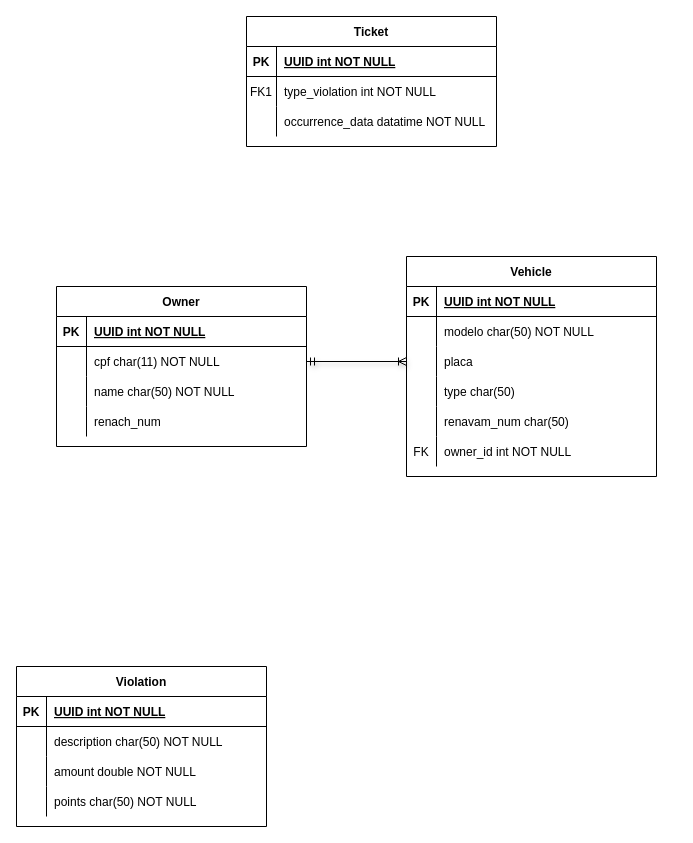
The draw.io diagram Diagrama sem nome.drawio in beatriz-paiva/regular-api, before the edit. Source tidied: cells renumbered, new cells numbered last; positions are measured from the earlier drawing's top-left corner, leaving out a move shared by most shapes. Both pictures are drawn from the tidied source at 100%, with x=0, y=0 at pixel (16, 16).
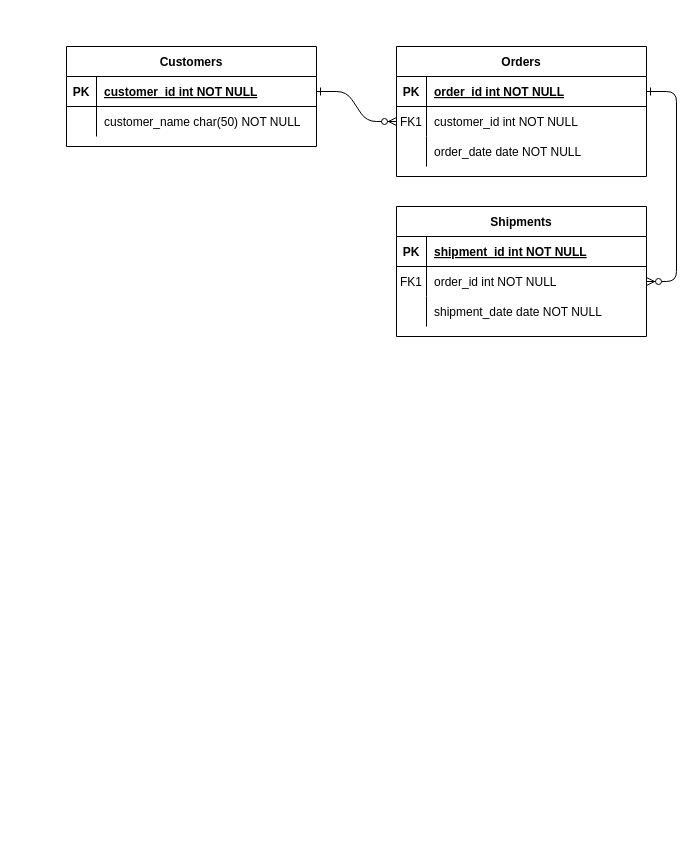
After the change.

The change refers to these unchanged cells:
```xml
<mxCell id="3" style="shape=partialRectangle;fillColor=none;top=0;left=0;right=0;bottom=1;" parent="2" vertex="1">
  <mxGeometry y="30" width="250" height="30" as="geometry" />
</mxCell>
<mxCell id="6" style="shape=partialRectangle;fillColor=none;points=[[0,0.5],[1,0.5]];portConstraint=eastwest;top=0;left=0;right=0;bottom=0;" parent="2" vertex="1">
  <mxGeometry y="60" width="250" height="30" as="geometry" />
</mxCell>
<mxCell id="9" style="shape=partialRectangle;fillColor=none;points=[[0,0.5],[1,0.5]];portConstraint=eastwest;top=0;left=0;right=0;bottom=0;" parent="2" vertex="1">
  <mxGeometry y="90" width="250" height="30" as="geometry" />
</mxCell>
<mxCell id="22" style="shape=partialRectangle;fillColor=none;points=[[0,0.5],[1,0.5]];portConstraint=eastwest;top=0;left=0;right=0;bottom=1;" parent="21" vertex="1">
  <mxGeometry y="30" width="250" height="30" as="geometry" />
</mxCell>
<mxCell id="25" style="shape=partialRectangle;fillColor=none;top=0;left=0;right=0;bottom=0;" parent="21" vertex="1">
  <mxGeometry y="60" width="250" height="30" as="geometry" />
</mxCell>
```

What changed in the source:
```diff
@@
+    <mxCell id="58" style="edgeStyle=entityRelationEdgeStyle;endArrow=ERzeroToMany;startArrow=ERone;endFill=1;startFill=0;" parent="1" edge="1" source="22" target="64">
+      <mxGeometry relative="1" as="geometry" />
+    </mxCell>
+    <mxCell id="59" style="edgeStyle=entityRelationEdgeStyle;endArrow=ERzeroToMany;startArrow=ERone;endFill=1;startFill=0;" parent="1" edge="1" source="61" target="6">
+      <mxGeometry relative="1" as="geometry" />
+    </mxCell>
+    <mxCell id="60" value="Orders" style="shape=table;startSize=30;childLayout=tableLayout;rowLines=0;fontStyle=1;align=center;" parent="1" vertex="1">
+      <mxGeometry x="380" y="30" width="250" height="130" as="geometry" />
+    </mxCell>
+    <mxCell id="61" style="shape=partialRectangle;fillColor=none;points=[[0,0.5],[1,0.5]];portConstraint=eastwest;top=0;left=0;right=0;bottom=1;" parent="60" vertex="1">
+      <mxGeometry y="30" width="250" height="30" as="geometry" />
+    </mxCell>
+    <mxCell id="62" value="PK" style="shape=partialRectangle;overflow=hidden;fillColor=none;top=0;left=0;bottom=0;right=0;fontStyle=1;" parent="61" vertex="1">
+      <mxGeometry width="30" height="30" as="geometry" />
+    </mxCell>
+    <mxCell id="63" value="order_id int NOT NULL " style="shape=partialRectangle;overflow=hidden;fillColor=none;top=0;left=0;bottom=0;right=0;align=left;spacingLeft=6;fontStyle=5;" parent="61" vertex="1">
+      <mxGeometry x="30" width="220" height="30" as="geometry" />
+    </mxCell>
+    <mxCell id="64" style="shape=partialRectangle;fillColor=none;points=[[0,0.5],[1,0.5]];portConstraint=eastwest;top=0;left=0;right=0;bottom=0;" parent="60" vertex="1">
+      <mxGeometry y="60" width="250" height="30" as="geometry" />
+    </mxCell>
+    <mxCell id="65" value="FK1" style="shape=partialRectangle;overflow=hidden;fillColor=none;top=0;left=0;bottom=0;right=0;" parent="64" vertex="1">
+      <mxGeometry width="30" height="30" as="geometry" />
+    </mxCell>
+    <mxCell id="66" value="customer_id int NOT NULL" style="shape=partialRectangle;overflow=hidden;fillColor=none;top=0;left=0;bottom=0;right=0;align=left;spacingLeft=6;" parent="64" vertex="1">
+      <mxGeometry x="30" width="220" height="30" as="geometry" />
+    </mxCell>
+    <mxCell id="67" style="shape=partialRectangle;fillColor=none;top=0;left=0;right=0;bottom=0;" parent="60" vertex="1">
+      <mxGeometry y="90" width="250" height="30" as="geometry" />
+    </mxCell>
+    <mxCell id="68" style="shape=partialRectangle;overflow=hidden;fillColor=none;top=0;left=0;bottom=0;right=0;" parent="67" vertex="1">
+      <mxGeometry width="30" height="30" as="geometry" />
+    </mxCell>
+    <mxCell id="69" value="order_date date NOT NULL" style="shape=partialRectangle;overflow=hidden;fillColor=none;top=0;left=0;bottom=0;right=0;align=left;spacingLeft=6;" parent="67" vertex="1">
+      <mxGeometry x="30" width="220" height="30" as="geometry" />
+    </mxCell>
-    <mxCell id="2" value="Vehicle" style="shape=table;startSize=30;childLayout=tableLayout;rowLines=0;fontStyle=1;align=center;" parent="1" vertex="1">
-      <mxGeometry x="390" y="240" width="250" height="220" as="geometry" />
+    <mxCell id="2" value="Shipments" style="shape=table;startSize=30;childLayout=tableLayout;rowLines=0;fontStyle=1;align=center;" parent="1" vertex="1">
+      <mxGeometry x="380" y="190" width="250" height="130" as="geometry" />
     </mxCell>
@@
-    <mxCell id="5" value="UUID int NOT NULL " style="shape=partialRectangle;overflow=hidden;fillColor=none;top=0;left=0;bottom=0;right=0;align=left;spacingLeft=6;fontStyle=5;" parent="3" vertex="1">
+    <mxCell id="5" value="shipment_id int NOT NULL " style="shape=partialRectangle;overflow=hidden;fillColor=none;top=0;left=0;bottom=0;right=0;align=left;spacingLeft=6;fontStyle=5;" parent="3" vertex="1">
       <mxGeometry x="30" width="220" height="30" as="geometry" />
     </mxCell>
@@
-    <mxCell id="7" style="shape=partialRectangle;overflow=hidden;fillColor=none;top=0;left=0;bottom=0;right=0;" parent="6" vertex="1">
+    <mxCell id="7" value="FK1" style="shape=partialRectangle;overflow=hidden;fillColor=none;top=0;left=0;bottom=0;right=0;" parent="6" vertex="1">
       <mxGeometry width="30" height="30" as="geometry" />
     </mxCell>
-    <mxCell id="8" value="modelo char(50) NOT NULL" style="shape=partialRectangle;overflow=hidden;fillColor=none;top=0;left=0;bottom=0;right=0;align=left;spacingLeft=6;" parent="6" vertex="1">
+    <mxCell id="8" value="order_id int NOT NULL" style="shape=partialRectangle;overflow=hidden;fillColor=none;top=0;left=0;bottom=0;right=0;align=left;spacingLeft=6;" parent="6" vertex="1">
       <mxGeometry x="30" width="220" height="30" as="geometry" />
     </mxCell>
@@
-    <mxCell id="11" value="placa" style="shape=partialRectangle;overflow=hidden;fillColor=none;top=0;left=0;bottom=0;right=0;align=left;spacingLeft=6;" parent="9" vertex="1">
+    <mxCell id="11" value="shipment_date date NOT NULL" style="shape=partialRectangle;overflow=hidden;fillColor=none;top=0;left=0;bottom=0;right=0;align=left;spacingLeft=6;" parent="9" vertex="1">
       <mxGeometry x="30" width="220" height="30" as="geometry" />
     </mxCell>
-    <mxCell id="12" style="shape=partialRectangle;fillColor=none;top=0;left=0;right=0;bottom=0;" parent="2" vertex="1">
-      <mxGeometry y="120" width="250" height="30" as="geometry" />
-    </mxCell>
-    <mxCell id="13" style="shape=partialRectangle;overflow=hidden;fillColor=none;top=0;left=0;bottom=0;right=0;" parent="12" vertex="1">
-      <mxGeometry width="30" height="30" as="geometry" />
-    </mxCell>
-    <mxCell id="14" value="type char(50)" style="shape=partialRectangle;overflow=hidden;fillColor=none;top=0;left=0;bottom=0;right=0;align=left;spacingLeft=6;" parent="12" vertex="1">
-      <mxGeometry x="30" width="220" height="30" as="geometry" />
-    </mxCell>
-    <mxCell id="15" style="shape=partialRectangle;fillColor=none;top=0;left=0;right=0;bottom=0;" parent="2" vertex="1">
-      <mxGeometry y="150" width="250" height="30" as="geometry" />
-    </mxCell>
-    <mxCell id="16" style="shape=partialRectangle;overflow=hidden;fillColor=none;top=0;left=0;bottom=0;right=0;" parent="15" vertex="1">
-      <mxGeometry width="30" height="30" as="geometry" />
-    </mxCell>
-    <mxCell id="17" value="renavam_num char(50)" style="shape=partialRectangle;overflow=hidden;fillColor=none;top=0;left=0;bottom=0;right=0;align=left;spacingLeft=6;" parent="15" vertex="1">
-      <mxGeometry x="30" width="220" height="30" as="geometry" />
-    </mxCell>
-    <mxCell id="18" style="shape=partialRectangle;fillColor=none;top=0;left=0;right=0;bottom=0;" parent="2" vertex="1">
-      <mxGeometry y="180" width="250" height="30" as="geometry" />
-    </mxCell>
-    <mxCell id="19" value="FK" style="shape=partialRectangle;overflow=hidden;fillColor=none;top=0;left=0;bottom=0;right=0;" parent="18" vertex="1">
-      <mxGeometry width="30" height="30" as="geometry" />
-    </mxCell>
-    <mxCell id="20" value="owner_id int NOT NULL" style="shape=partialRectangle;overflow=hidden;fillColor=none;top=0;left=0;bottom=0;right=0;align=left;spacingLeft=6;" parent="18" vertex="1">
-      <mxGeometry x="30" width="220" height="30" as="geometry" />
-    </mxCell>
-    <mxCell id="21" value="Ticket" style="shape=table;startSize=30;childLayout=tableLayout;rowLines=0;fontStyle=1;align=center;" parent="1" vertex="1">
-      <mxGeometry x="230" width="250" height="130" as="geometry" />
+    <mxCell id="21" value="Customers" style="shape=table;startSize=30;childLayout=tableLayout;rowLines=0;fontStyle=1;align=center;" parent="1" vertex="1">
+      <mxGeometry x="50" y="30" width="250" height="100" as="geometry" />
     </mxCell>
@@
-    <mxCell id="24" value="UUID int NOT NULL " style="shape=partialRectangle;overflow=hidden;fillColor=none;top=0;left=0;bottom=0;right=0;align=left;spacingLeft=6;fontStyle=5;" parent="22" vertex="1">
+    <mxCell id="24" value="customer_id int NOT NULL " style="shape=partialRectangle;overflow=hidden;fillColor=none;top=0;left=0;bottom=0;right=0;align=left;spacingLeft=6;fontStyle=5;" parent="22" vertex="1">
       <mxGeometry x="30" width="220" height="30" as="geometry" />
     </mxCell>
@@
-    <mxCell id="26" value="FK1" style="shape=partialRectangle;overflow=hidden;fillColor=none;top=0;left=0;bottom=0;right=0;" parent="25" vertex="1">
+    <mxCell id="26" style="shape=partialRectangle;overflow=hidden;fillColor=none;top=0;left=0;bottom=0;right=0;" parent="25" vertex="1">
       <mxGeometry width="30" height="30" as="geometry" />
     </mxCell>
-    <mxCell id="27" value="type_violation int NOT NULL" style="shape=partialRectangle;overflow=hidden;fillColor=none;top=0;left=0;bottom=0;right=0;align=left;spacingLeft=6;" parent="25" vertex="1">
+    <mxCell id="27" value="customer_name char(50) NOT NULL" style="shape=partialRectangle;overflow=hidden;fillColor=none;top=0;left=0;bottom=0;right=0;align=left;spacingLeft=6;" parent="25" vertex="1">
       <mxGeometry x="30" width="220" height="30" as="geometry" />
     </mxCell>
-    <mxCell id="28" style="shape=partialRectangle;fillColor=none;top=0;left=0;right=0;bottom=0;" parent="21" vertex="1">
-      <mxGeometry y="90" width="250" height="30" as="geometry" />
-    </mxCell>
-    <mxCell id="29" style="shape=partialRectangle;overflow=hidden;fillColor=none;top=0;left=0;bottom=0;right=0;" parent="28" vertex="1">
-      <mxGeometry width="30" height="30" as="geometry" />
-    </mxCell>
-    <mxCell id="30" value="occurrence_data datatime NOT NULL" style="shape=partialRectangle;overflow=hidden;fillColor=none;top=0;left=0;bottom=0;right=0;align=left;spacingLeft=6;" parent="28" vertex="1">
-      <mxGeometry x="30" width="220" height="30" as="geometry" />
-    </mxCell>
-    <mxCell id="31" value="Violation" style="shape=table;startSize=30;childLayout=tableLayout;rowLines=0;fontStyle=1;align=center;" parent="1" vertex="1">
-      <mxGeometry y="650" width="250" height="160" as="geometry" />
-    </mxCell>
-    <mxCell id="32" style="shape=partialRectangle;fillColor=none;top=0;left=0;right=0;bottom=1;" parent="31" vertex="1">
-      <mxGeometry y="30" width="250" height="30" as="geometry" />
-    </mxCell>
-    <mxCell id="33" value="PK" style="shape=partialRectangle;overflow=hidden;fillColor=none;top=0;left=0;bottom=0;right=0;fontStyle=1;" parent="32" vertex="1">
-      <mxGeometry width="30" height="30" as="geometry" />
-    </mxCell>
-    <mxCell id="34" value="UUID int NOT NULL " style="shape=partialRectangle;overflow=hidden;fillColor=none;top=0;left=0;bottom=0;right=0;align=left;spacingLeft=6;fontStyle=5;" parent="32" vertex="1">
-      <mxGeometry x="30" width="220" height="30" as="geometry" />
-    </mxCell>
-    <mxCell id="35" style="shape=partialRectangle;fillColor=none;top=0;left=0;right=0;bottom=0;" parent="31" vertex="1">
-      <mxGeometry y="60" width="250" height="30" as="geometry" />
-    </mxCell>
-    <mxCell id="36" style="shape=partialRectangle;overflow=hidden;fillColor=none;top=0;left=0;bottom=0;right=0;" parent="35" vertex="1">
-      <mxGeometry width="30" height="30" as="geometry" />
-    </mxCell>
-    <mxCell id="37" value="description char(50) NOT NULL" style="shape=partialRectangle;overflow=hidden;fillColor=none;top=0;left=0;bottom=0;right=0;align=left;spacingLeft=6;" parent="35" vertex="1">
-      <mxGeometry x="30" width="220" height="30" as="geometry" />
-    </mxCell>
-    <mxCell id="38" style="shape=partialRectangle;fillColor=none;top=0;left=0;right=0;bottom=0;" parent="31" vertex="1">
-      <mxGeometry y="90" width="250" height="30" as="geometry" />
-    </mxCell>
-    <mxCell id="39" style="shape=partialRectangle;overflow=hidden;fillColor=none;top=0;left=0;bottom=0;right=0;" parent="38" vertex="1">
-      <mxGeometry width="30" height="30" as="geometry" />
-    </mxCell>
-    <mxCell id="40" value="amount double NOT NULL" style="shape=partialRectangle;overflow=hidden;fillColor=none;top=0;left=0;bottom=0;right=0;align=left;spacingLeft=6;" parent="38" vertex="1">
-      <mxGeometry x="30" width="220" height="30" as="geometry" />
-    </mxCell>
-    <mxCell id="41" style="shape=partialRectangle;fillColor=none;top=0;left=0;right=0;bottom=0;" parent="31" vertex="1">
-      <mxGeometry y="120" width="250" height="30" as="geometry" />
-    </mxCell>
-    <mxCell id="42" style="shape=partialRectangle;overflow=hidden;fillColor=none;top=0;left=0;bottom=0;right=0;" parent="41" vertex="1">
-      <mxGeometry width="30" height="30" as="geometry" />
-    </mxCell>
-    <mxCell id="43" value="points char(50) NOT NULL" style="shape=partialRectangle;overflow=hidden;fillColor=none;top=0;left=0;bottom=0;right=0;align=left;spacingLeft=6;" parent="41" vertex="1">
-      <mxGeometry x="30" width="220" height="30" as="geometry" />
-    </mxCell>
-    <mxCell id="44" value="Owner" style="shape=table;startSize=30;childLayout=tableLayout;rowLines=0;fontStyle=1;align=center;" parent="1" vertex="1">
-      <mxGeometry x="40" y="270" width="250" height="160" as="geometry" />
-    </mxCell>
-    <mxCell id="45" style="shape=partialRectangle;fillColor=none;top=0;left=0;right=0;bottom=1;" parent="44" vertex="1">
-      <mxGeometry y="30" width="250" height="30" as="geometry" />
-    </mxCell>
-    <mxCell id="46" value="PK" style="shape=partialRectangle;overflow=hidden;fillColor=none;top=0;left=0;bottom=0;right=0;fontStyle=1;" parent="45" vertex="1">
-      <mxGeometry width="30" height="30" as="geometry" />
-    </mxCell>
-    <mxCell id="47" value="UUID int NOT NULL " style="shape=partialRectangle;overflow=hidden;fillColor=none;top=0;left=0;bottom=0;right=0;align=left;spacingLeft=6;fontStyle=5;" parent="45" vertex="1">
-      <mxGeometry x="30" width="220" height="30" as="geometry" />
-    </mxCell>
-    <mxCell id="48" style="shape=partialRectangle;fillColor=none;points=[[0,0.5],[1,0.5]];portConstraint=eastwest;top=0;left=0;right=0;bottom=0;" parent="44" vertex="1">
-      <mxGeometry y="60" width="250" height="30" as="geometry" />
-    </mxCell>
-    <mxCell id="49" style="shape=partialRectangle;overflow=hidden;fillColor=none;top=0;left=0;bottom=0;right=0;" parent="48" vertex="1">
-      <mxGeometry width="30" height="30" as="geometry" />
-    </mxCell>
-    <mxCell id="50" value="cpf char(11) NOT NULL" style="shape=partialRectangle;overflow=hidden;fillColor=none;top=0;left=0;bottom=0;right=0;align=left;spacingLeft=6;" parent="48" vertex="1">
-      <mxGeometry x="30" width="220" height="30" as="geometry" />
-    </mxCell>
-    <mxCell id="51" style="shape=partialRectangle;fillColor=none;top=0;left=0;right=0;bottom=0;" parent="44" vertex="1">
-      <mxGeometry y="90" width="250" height="30" as="geometry" />
-    </mxCell>
-    <mxCell id="52" style="shape=partialRectangle;overflow=hidden;fillColor=none;top=0;left=0;bottom=0;right=0;" parent="51" vertex="1">
-      <mxGeometry width="30" height="30" as="geometry" />
-    </mxCell>
-    <mxCell id="53" value="name char(50) NOT NULL" style="shape=partialRectangle;overflow=hidden;fillColor=none;top=0;left=0;bottom=0;right=0;align=left;spacingLeft=6;" parent="51" vertex="1">
-      <mxGeometry x="30" width="220" height="30" as="geometry" />
-    </mxCell>
-    <mxCell id="54" style="shape=partialRectangle;fillColor=none;top=0;left=0;right=0;bottom=0;" parent="44" vertex="1">
-      <mxGeometry y="120" width="250" height="30" as="geometry" />
-    </mxCell>
-    <mxCell id="55" style="shape=partialRectangle;overflow=hidden;fillColor=none;top=0;left=0;bottom=0;right=0;" parent="54" vertex="1">
-      <mxGeometry width="30" height="30" as="geometry" />
-    </mxCell>
-    <mxCell id="56" value="renach_num" style="shape=partialRectangle;overflow=hidden;fillColor=none;top=0;left=0;bottom=0;right=0;align=left;spacingLeft=6;" parent="54" vertex="1">
-      <mxGeometry x="30" width="220" height="30" as="geometry" />
-    </mxCell>
-    <mxCell id="57" style="edgeStyle=orthogonalEdgeStyle;rounded=0;jettySize=auto;html=1;exitX=1;exitY=0.5;exitDx=0;exitDy=0;shadow=1;flowAnimation=0;endArrow=ERoneToMany;endFill=0;startArrow=ERmandOne;startFill=0;" parent="1" edge="1" source="48" target="9">
-      <mxGeometry relative="1" as="geometry" />
-    </mxCell>
```
